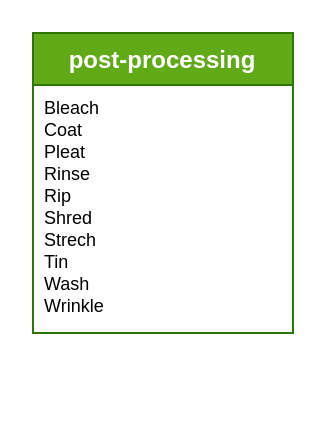
Above: post-processing.drawio in morawi/ddoif (draw.io), before the change. Source tidied: cells renumbered, new cells numbered last; positions are measured from the earlier drawing's top-left corner, leaving out a move shared by most shapes. Both pictures are drawn from the tidied source at 200%, with x=0, y=0 at pixel (32, 32).
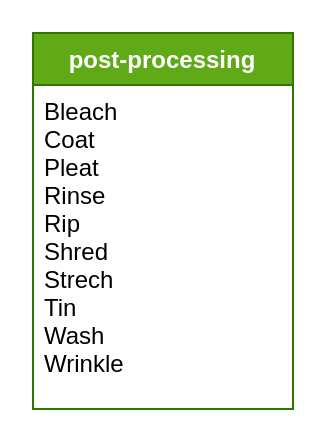
The same page after the edit.

The edit, as a diff of the source:
```diff
@@
 <mxGraphModel>
   <root>
     <mxCell id="0" />
     <mxCell id="1" parent="0" />
-    <mxCell id="2" value="post-processing" style="swimlane;fontStyle=1;align=center;verticalAlign=top;horizontal=1;startSize=26;rounded=0;shadow=0;strokeWidth=1;fillColor=#60a917;strokeColor=#2D7600;fontColor=#ffffff;" parent="1" vertex="1">
-      <mxGeometry width="130" height="150" as="geometry" />
+    <mxCell id="2" value="post-processing" style="swimlane;fontStyle=1;align=center;verticalAlign=top;horizontal=1;startSize=26;rounded=0;shadow=0;strokeWidth=1;fillColor=#60a917;strokeColor=#2D7600;fontColor=#ffffff;fontSize=12;" parent="1" vertex="1">
+      <mxGeometry width="130" height="188" as="geometry" />
     </mxCell>
-    <mxCell id="3" value="Bleach&#10;Coat&#10;Pleat&#10;Rinse&#10;Rip&#10;Shred&#10;Strech&#10;Tin&#10;Wash&#10;Wrinkle" style="text;align=left;verticalAlign=top;spacingLeft=4;spacingRight=4;overflow=hidden;fontSize=9;" parent="2" vertex="1">
-      <mxGeometry y="26" width="130" height="124" as="geometry" />
+    <mxCell id="3" value="Bleach&#10;Coat&#10;Pleat&#10;Rinse&#10;Rip&#10;Shred&#10;Strech&#10;Tin&#10;Wash&#10;Wrinkle" style="text;align=left;verticalAlign=top;spacingLeft=4;spacingRight=4;overflow=hidden;fontSize=12;" parent="2" vertex="1">
+      <mxGeometry y="26" width="130" height="154" as="geometry" />
     </mxCell>
   </root>
 </mxGraphModel>
```
